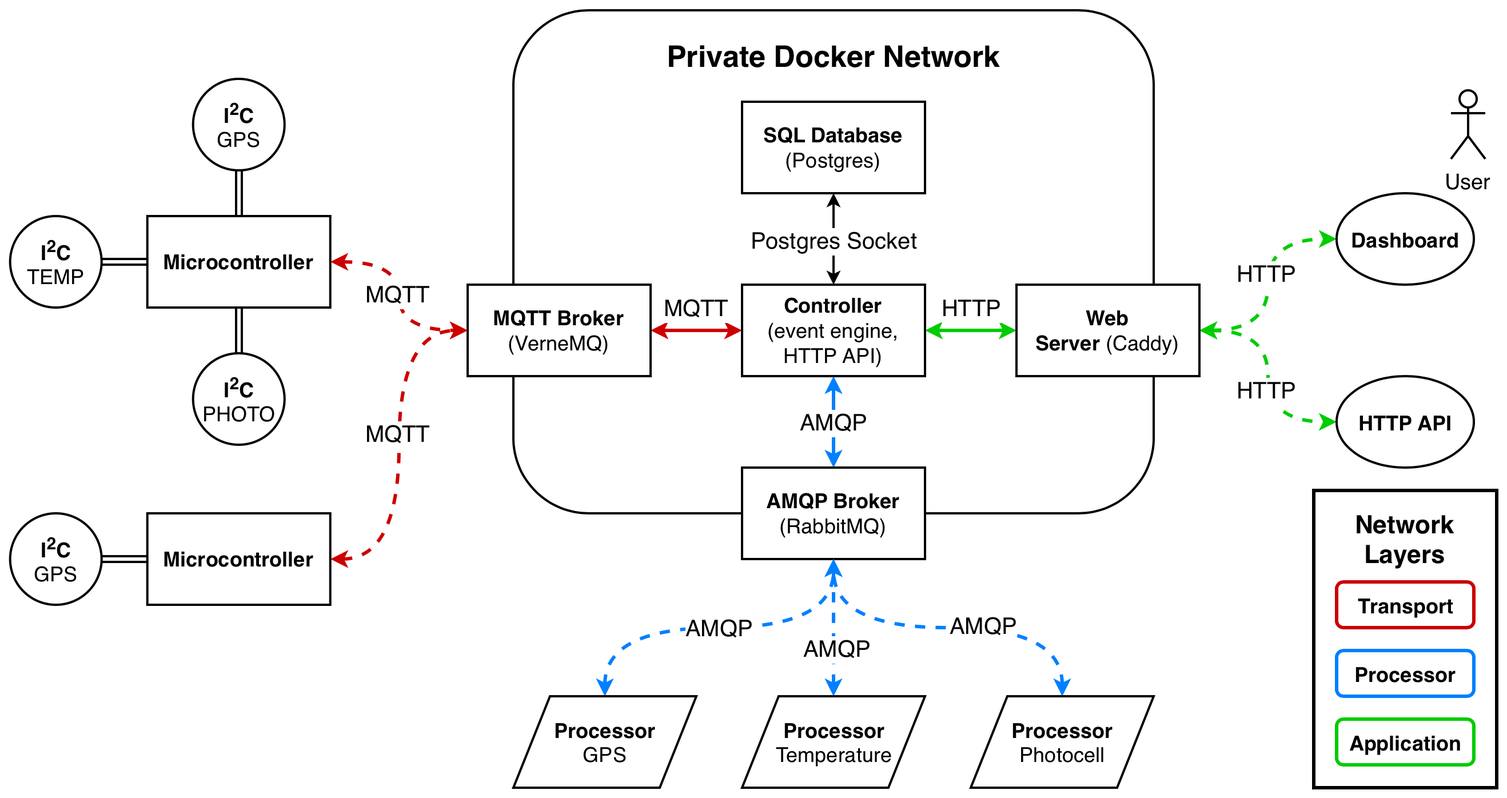
Before: docs/architecture.png, a diagram exported from draw.io (emilyhorsman/4zp6). Source tidied: cells renumbered, new cells last; positions are measured from the earlier drawing's top-left corner, leaving out a move shared by most shapes.
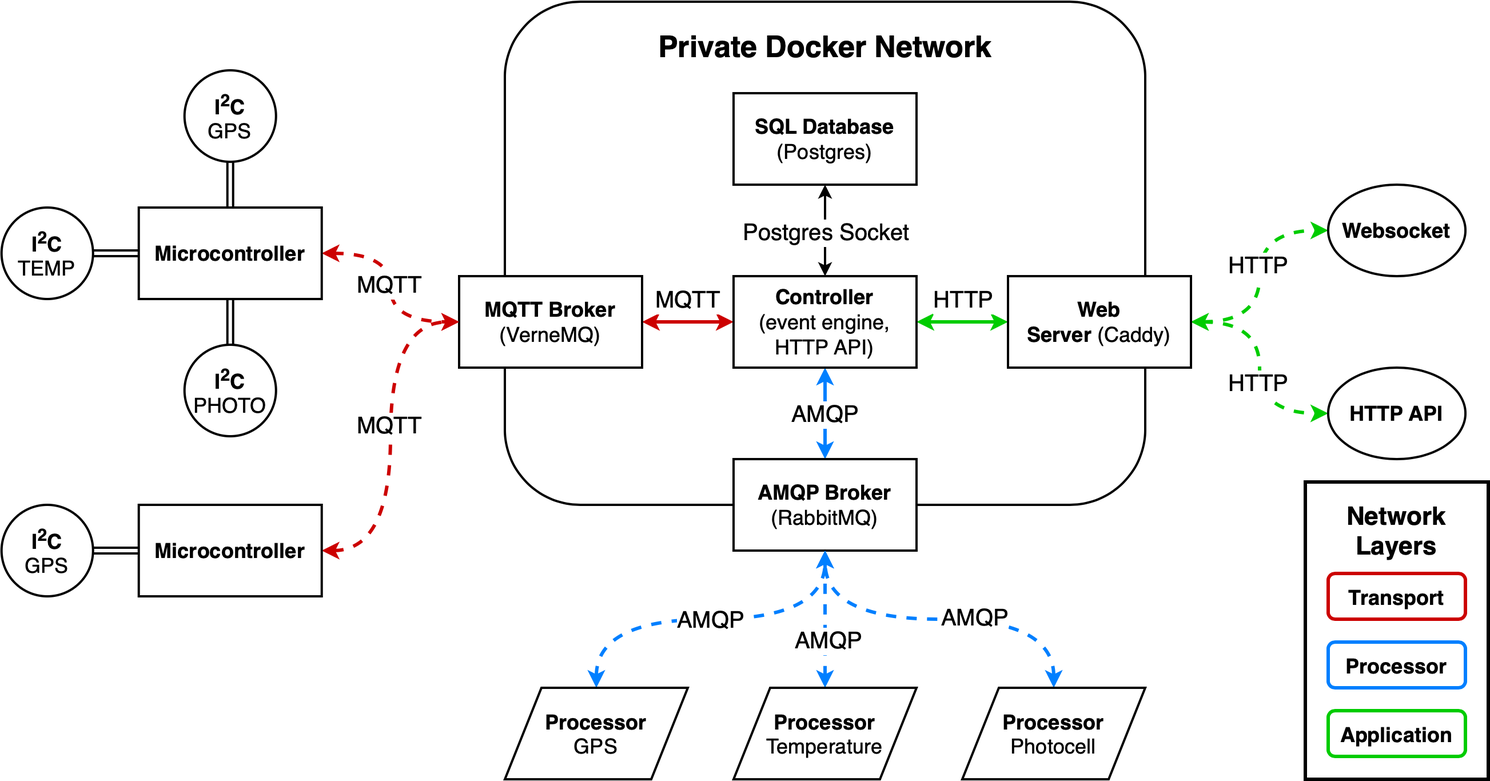
After the change.

What changed in the source:
```diff
@@ -61,7 +61,7 @@
     <mxCell id="18" value="&lt;font size=&quot;4&quot;&gt;&lt;b&gt;SQL Database&lt;/b&gt; (Postgres)&lt;/font&gt;" style="rounded=0;whiteSpace=wrap;html=1;fontSize=16;strokeWidth=2;" parent="1" vertex="1">
       <mxGeometry x="640" y="80" width="160" height="80" as="geometry" />
     </mxCell>
-    <mxCell id="19" style="edgeStyle=orthogonalEdgeStyle;curved=1;jettySize=auto;html=1;exitX=1;exitY=0.5;exitDx=0;exitDy=0;entryX=0;entryY=0.5;entryDx=0;entryDy=0;dashed=1;startArrow=classic;startFill=1;endArrow=classic;endFill=1;strokeWidth=3;fontSize=19;strokeColor=#00CC00;" parent="1" edge="1" source="23" target="45">
+    <mxCell id="19" style="edgeStyle=orthogonalEdgeStyle;curved=1;jettySize=auto;html=1;exitX=1;exitY=0.5;exitDx=0;exitDy=0;entryX=0;entryY=0.5;entryDx=0;entryDy=0;dashed=1;startArrow=classic;startFill=1;endArrow=classic;endFill=1;strokeWidth=3;fontSize=19;strokeColor=#00CC00;" parent="1" edge="1" source="23" target="44">
       <mxGeometry relative="1" as="geometry" />
     </mxCell>
     <mxCell id="20" value="HTTP" style="text;html=1;align=center;verticalAlign=middle;labelBackgroundColor=#ffffff;fontSize=20;fontColor=#000000;" parent="19" vertex="1">
@@ -69,7 +69,7 @@
         <mxPoint y="-9.7" as="offset" />
       </mxGeometry>
     </mxCell>
-    <mxCell id="21" style="edgeStyle=orthogonalEdgeStyle;curved=1;jettySize=auto;html=1;exitX=1;exitY=0.5;exitDx=0;exitDy=0;entryX=0;entryY=0.5;entryDx=0;entryDy=0;dashed=1;startArrow=classic;startFill=1;endArrow=classic;endFill=1;strokeWidth=3;fontSize=19;strokeColor=#00CC00;" parent="1" edge="1" source="23" target="46">
+    <mxCell id="21" style="edgeStyle=orthogonalEdgeStyle;curved=1;jettySize=auto;html=1;exitX=1;exitY=0.5;exitDx=0;exitDy=0;entryX=0;entryY=0.5;entryDx=0;entryDy=0;dashed=1;startArrow=classic;startFill=1;endArrow=classic;endFill=1;strokeWidth=3;fontSize=19;strokeColor=#00CC00;" parent="1" edge="1" source="23" target="45">
       <mxGeometry relative="1" as="geometry" />
     </mxCell>
     <mxCell id="22" value="HTTP" style="text;html=1;align=center;verticalAlign=middle;labelBackgroundColor=#ffffff;fontSize=20;fontColor=#000000;" parent="21" vertex="1">
@@ -144,35 +144,32 @@
     <mxCell id="43" value="&lt;font style=&quot;font-size: 18px&quot;&gt;&lt;b&gt;I&lt;sup&gt;2&lt;/sup&gt;C&lt;/b&gt;&lt;br&gt;GPS&lt;/font&gt;" style="ellipse;whiteSpace=wrap;html=1;strokeWidth=2;fillColor=#ffffff;" parent="1" vertex="1">
       <mxGeometry x="-0.1" y="440" width="80" height="80" as="geometry" />
     </mxCell>
-    <mxCell id="44" value="User" style="shape=umlActor;verticalLabelPosition=bottom;labelBackgroundColor=#ffffff;verticalAlign=top;html=1;outlineConnect=0;strokeWidth=2;fillColor=#ffffff;fontSize=19;" parent="1" vertex="1">
-      <mxGeometry x="1260" y="70" width="30" height="60" as="geometry" />
+    <mxCell id="44" value="&lt;font style=&quot;font-size: 18px&quot;&gt;&lt;b&gt;Websocket&lt;/b&gt;&lt;/font&gt;" style="ellipse;whiteSpace=wrap;html=1;strokeWidth=2;fillColor=#ffffff;" parent="1" vertex="1">
+      <mxGeometry x="1160" y="160" width="120" height="80" as="geometry" />
     </mxCell>
-    <mxCell id="45" value="&lt;font style=&quot;font-size: 18px&quot;&gt;&lt;b&gt;Dashboard&lt;/b&gt;&lt;/font&gt;" style="ellipse;whiteSpace=wrap;html=1;strokeWidth=2;fillColor=#ffffff;" parent="1" vertex="1">
-      <mxGeometry x="1160" y="160" width="120" height="80" as="geometry" />
+    <mxCell id="45" value="&lt;font size=&quot;4&quot;&gt;&lt;b&gt;HTTP API&lt;/b&gt;&lt;/font&gt;" style="ellipse;whiteSpace=wrap;html=1;strokeWidth=2;fillColor=#ffffff;" parent="1" vertex="1">
+      <mxGeometry x="1160" y="320" width="120" height="80" as="geometry" />
     </mxCell>
-    <mxCell id="46" value="&lt;font size=&quot;4&quot;&gt;&lt;b&gt;HTTP API&lt;/b&gt;&lt;/font&gt;" style="ellipse;whiteSpace=wrap;html=1;strokeWidth=2;fillColor=#ffffff;" parent="1" vertex="1">
-      <mxGeometry x="1160" y="320" width="120" height="80" as="geometry" />
+    <mxCell id="46" value="&lt;font style=&quot;font-size: 26px&quot;&gt;Private Docker Network&lt;/font&gt;" style="text;html=1;strokeColor=none;fillColor=none;align=center;verticalAlign=middle;whiteSpace=wrap;rounded=0;fontSize=20;fontColor=#000000;fontStyle=1;" parent="1" vertex="1">
+      <mxGeometry x="572.5" y="30" width="295" height="20" as="geometry" />
     </mxCell>
-    <mxCell id="47" value="&lt;font style=&quot;font-size: 26px&quot;&gt;Private Docker Network&lt;/font&gt;" style="text;html=1;strokeColor=none;fillColor=none;align=center;verticalAlign=middle;whiteSpace=wrap;rounded=0;fontSize=20;fontColor=#000000;fontStyle=1;" parent="1" vertex="1">
-      <mxGeometry x="572.5" y="30" width="295" height="20" as="geometry" />
+    <mxCell id="47" style="edgeStyle=orthogonalEdgeStyle;curved=1;orthogonalLoop=1;jettySize=auto;html=1;exitX=0.5;exitY=1;exitDx=0;exitDy=0;labelBackgroundColor=#CC0000;startArrow=classic;startFill=1;endArrow=classic;endFill=1;strokeColor=#00CC00;strokeWidth=3;fontSize=20;fontColor=#000000;" parent="1" edge="1">
+      <mxGeometry relative="1" as="geometry">
+        <mxPoint x="1190" y="639.7" as="sourcePoint" />
+        <mxPoint x="1190" y="640" as="targetPoint" />
+      </mxGeometry>
     </mxCell>
-    <mxCell id="48" style="edgeStyle=orthogonalEdgeStyle;curved=1;orthogonalLoop=1;jettySize=auto;html=1;exitX=0.5;exitY=1;exitDx=0;exitDy=0;labelBackgroundColor=#CC0000;startArrow=classic;startFill=1;endArrow=classic;endFill=1;strokeColor=#00CC00;strokeWidth=3;fontSize=20;fontColor=#000000;" parent="1" edge="1">
-      <mxGeometry relative="1" as="geometry">
-        <mxPoint x="1190" y="639.7" as="sourcePoint" />
-        <mxPoint x="1190" y="640" as="targetPoint" />
-      </mxGeometry>
+    <mxCell id="48" value="&lt;font style=&quot;font-size: 18px&quot;&gt;&lt;b&gt;Transport&lt;/b&gt;&lt;/font&gt;" style="rounded=1;whiteSpace=wrap;html=1;strokeColor=#CC0000;strokeWidth=3;fillColor=#FFFFFF;fontSize=22;fontColor=#000000;" parent="1" vertex="1">
+      <mxGeometry x="1160" y="500" width="120" height="40" as="geometry" />
     </mxCell>
-    <mxCell id="49" value="&lt;font style=&quot;font-size: 18px&quot;&gt;&lt;b&gt;Transport&lt;/b&gt;&lt;/font&gt;" style="rounded=1;whiteSpace=wrap;html=1;strokeColor=#CC0000;strokeWidth=3;fillColor=#FFFFFF;fontSize=22;fontColor=#000000;" parent="1" vertex="1">
-      <mxGeometry x="1160" y="500" width="120" height="40" as="geometry" />
+    <mxCell id="49" value="&lt;font style=&quot;font-size: 18px&quot;&gt;&lt;b&gt;Processor&lt;/b&gt;&lt;/font&gt;" style="rounded=1;whiteSpace=wrap;html=1;strokeColor=#007FFF;strokeWidth=3;fillColor=#FFFFFF;fontSize=22;fontColor=#000000;" parent="1" vertex="1">
+      <mxGeometry x="1160" y="560" width="120" height="40" as="geometry" />
     </mxCell>
-    <mxCell id="50" value="&lt;font style=&quot;font-size: 18px&quot;&gt;&lt;b&gt;Processor&lt;/b&gt;&lt;/font&gt;" style="rounded=1;whiteSpace=wrap;html=1;strokeColor=#007FFF;strokeWidth=3;fillColor=#FFFFFF;fontSize=22;fontColor=#000000;" parent="1" vertex="1">
-      <mxGeometry x="1160" y="560" width="120" height="40" as="geometry" />
+    <mxCell id="50" value="&lt;font style=&quot;font-size: 18px&quot;&gt;&lt;b&gt;Application&lt;/b&gt;&lt;/font&gt;" style="rounded=1;whiteSpace=wrap;html=1;strokeColor=#00CC00;strokeWidth=3;fillColor=#FFFFFF;fontSize=22;fontColor=#000000;" parent="1" vertex="1">
+      <mxGeometry x="1160" y="620" width="120" height="40" as="geometry" />
     </mxCell>
-    <mxCell id="51" value="&lt;font style=&quot;font-size: 18px&quot;&gt;&lt;b&gt;Application&lt;/b&gt;&lt;/font&gt;" style="rounded=1;whiteSpace=wrap;html=1;strokeColor=#00CC00;strokeWidth=3;fillColor=#FFFFFF;fontSize=22;fontColor=#000000;" parent="1" vertex="1">
-      <mxGeometry x="1160" y="620" width="120" height="40" as="geometry" />
+    <mxCell id="51" value="&lt;b&gt;Network Layers&lt;/b&gt;" style="text;html=1;strokeColor=none;fillColor=none;align=center;verticalAlign=middle;whiteSpace=wrap;rounded=0;fontSize=22;fontColor=#000000;" parent="1" vertex="1">
+      <mxGeometry x="1150" y="440" width="140" height="45" as="geometry" />
     </mxCell>
-    <mxCell id="52" value="&lt;b&gt;Network Layers&lt;/b&gt;" style="text;html=1;strokeColor=none;fillColor=none;align=center;verticalAlign=middle;whiteSpace=wrap;rounded=0;fontSize=22;fontColor=#000000;" parent="1" vertex="1">
-      <mxGeometry x="1150" y="440" width="140" height="45" as="geometry" />
-    </mxCell>
   </root>
 </mxGraphModel>
```
